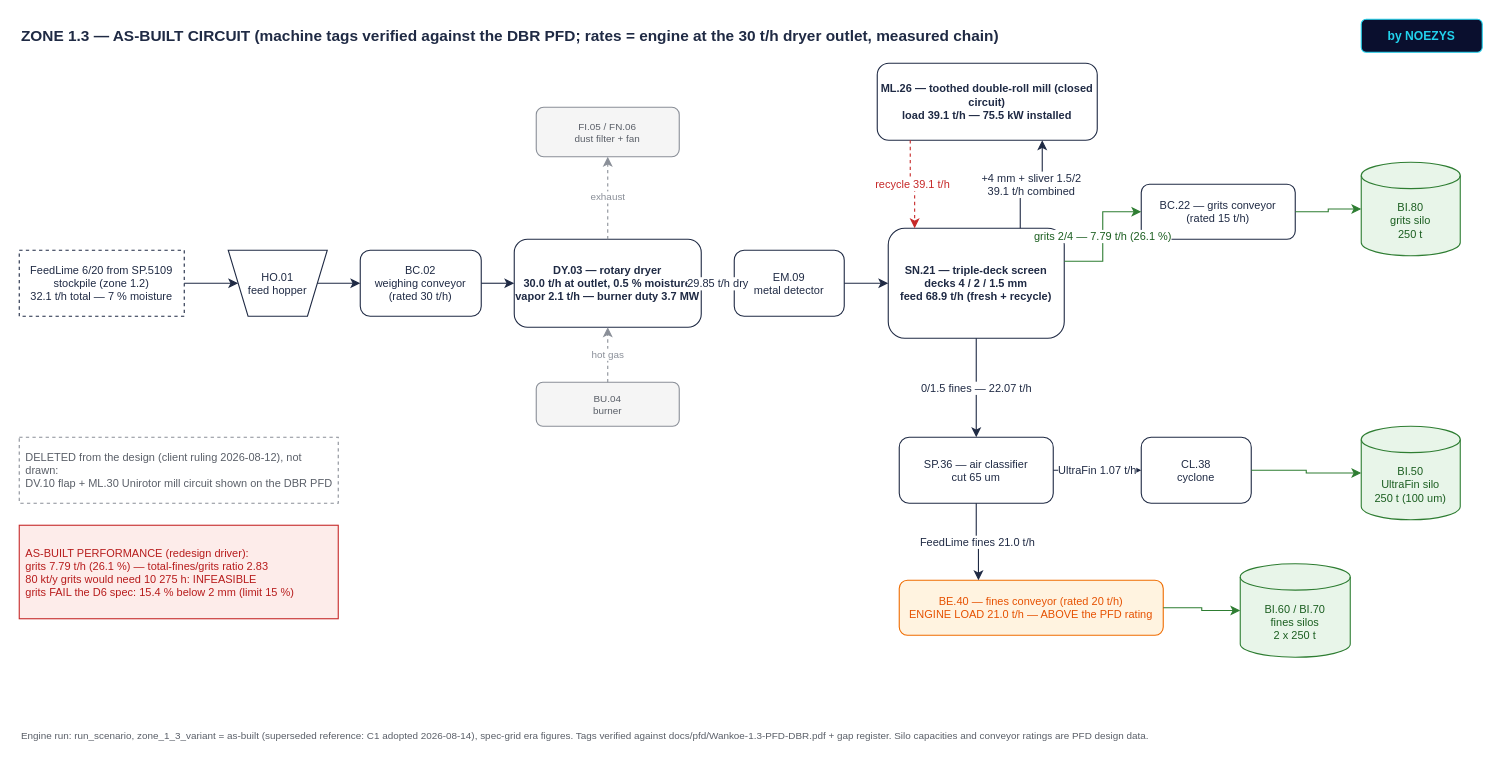
The draw.io diagram page "Zone 1.3 — As-built" (1 of 2) of wankoe-python-model/docs/design/zone13-redesign/zone13-block-diagram.drawio in PhilMARECHAL/noezys, before the edit. Source tidied: cells renumbered, new cells numbered last; positions are measured from the earlier drawing's top-left corner, leaving out a move shared by most shapes. Both pictures are drawn from the tidied source at 110%, with x=0, y=0 at pixel (19, 19).
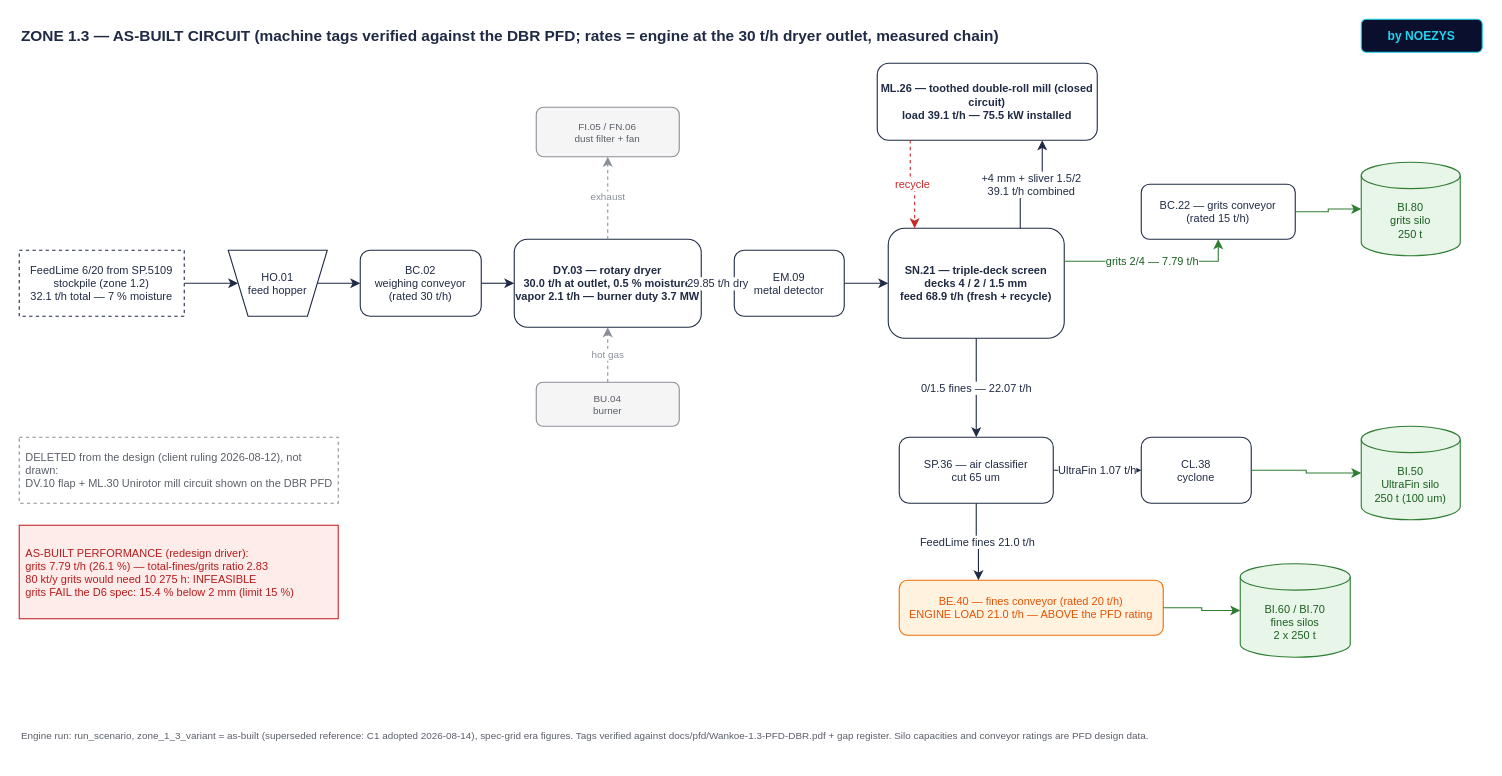
The same diagram, later.

Commit message (it also covers changes not shown here):
Diagram QA fixes: reroute RC.1 recycle, separate red lanes, label cleanups

Expert audit verdict: topology/directions/completeness/branding all
correct; 2 routing defects + 7 label/rounding nits — all 9 fixed and
geometry re-validated clean.

Claude-Session: https://claude.ai/code/session_01KPr3MWsKS1tFJQMhbKPcg3

The change refers to these unchanged cells:
```xml
<mxCell id="11" value="SN.21 — triple-deck screen&#10;decks 4 / 2 / 1.5 mm&#10;feed 68.9 t/h (fresh + recycle)" style="rounded=1;whiteSpace=wrap;html=1;fillColor=#ffffff;strokeColor=#1f2a44;fontSize=10;fontColor=#1f2a44;fontStyle=1;" parent="1" vertex="1">
  <mxGeometry x="790" y="190" width="160" height="100" as="geometry" />
</mxCell>
<mxCell id="12" value="ML.26 — toothed double-roll mill (closed circuit)&#10;load 39.1 t/h — 75.5 kW installed" style="rounded=1;whiteSpace=wrap;html=1;fillColor=#ffffff;strokeColor=#1f2a44;fontSize=10;fontColor=#1f2a44;fontStyle=1;" parent="1" vertex="1">
  <mxGeometry x="780" y="40" width="200" height="70" as="geometry" />
</mxCell>
<mxCell id="13" value="BC.22 — grits conveyor&#10;(rated 15 t/h)" style="rounded=1;whiteSpace=wrap;html=1;fillColor=#ffffff;strokeColor=#1f2a44;fontSize=10;fontColor=#1f2a44;" parent="1" vertex="1">
  <mxGeometry x="1020" y="150" width="140" height="50" as="geometry" />
</mxCell>
```

Diff of the diagram source:
```diff
@@
-    <mxCell id="26" value="recycle 39.1 t/h" style="edgeStyle=orthogonalEdgeStyle;rounded=0;html=1;strokeColor=#c62828;fontColor=#c62828;dashed=1;fontSize=10;exitX=0.15;exitY=1;entryX=0.15;entryY=0;" parent="1" edge="1" source="12" target="11">
+    <mxCell id="26" value="recycle" style="edgeStyle=orthogonalEdgeStyle;rounded=0;html=1;strokeColor=#c62828;fontColor=#c62828;dashed=1;fontSize=10;exitX=0.15;exitY=1;entryX=0.15;entryY=0;" parent="1" edge="1" source="12" target="11">
       <mxGeometry relative="1" as="geometry" />
     </mxCell>
-    <mxCell id="27" value="grits 2/4 — 7.79 t/h (26.1 %)" style="edgeStyle=orthogonalEdgeStyle;rounded=0;html=1;strokeColor=#2e7d32;fontColor=#1b5e20;fontSize=10;exitX=1;exitY=0.3;entryX=0;entryY=0.5;" parent="1" edge="1" source="11" target="13">
+    <mxCell id="27" value="grits 2/4 — 7.79 t/h" style="edgeStyle=orthogonalEdgeStyle;rounded=0;html=1;strokeColor=#2e7d32;fontColor=#1b5e20;fontSize=10;exitX=1;exitY=0.3;entryX=0.5;entryY=1;" parent="1" edge="1" source="11" target="13">
       <mxGeometry relative="1" as="geometry" />
     </mxCell>
```
